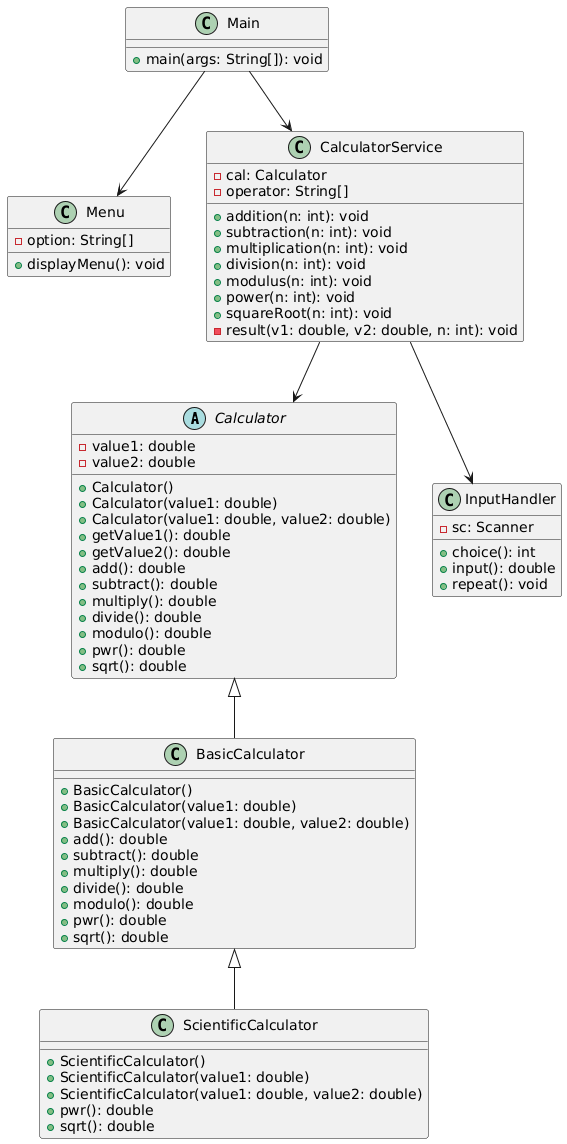
Earlier version of the PlantUML export Assets/uml.png (ABiR994/Advanced-Console-Calculator). Its diagram source:
```plantuml
@startuml

abstract class Calculator {
    - value1: double
    - value2: double
    + Calculator()
    + Calculator(value1: double)
    + Calculator(value1: double, value2: double)
    + getValue1(): double
    + getValue2(): double
    + add(): double
    + subtract(): double
    + multiply(): double
    + divide(): double
    + modulo(): double
    + pwr(): double
    + sqrt(): double
}

class BasicCalculator {
    + BasicCalculator()
    + BasicCalculator(value1: double)
    + BasicCalculator(value1: double, value2: double)
    + add(): double
    + subtract(): double
    + multiply(): double
    + divide(): double
    + modulo(): double
    + pwr(): double
    + sqrt(): double
}

class ScientificCalculator {
    + ScientificCalculator()
    + ScientificCalculator(value1: double)
    + ScientificCalculator(value1: double, value2: double)
    + pwr(): double
    + sqrt(): double
}

class Menu {
    - option: String[]
    + displayMenu(): void
}

class InputHandler {
    - sc: Scanner
    + choice(): int
    + input(): double
    + repeat(): void
}

class CalculatorService {
    - cal: Calculator
    - operator: String[]
    + addition(n: int): void
    + subtraction(n: int): void
    + multiplication(n: int): void
    + division(n: int): void
    + modulus(n: int): void
    + power(n: int): void
    + squareRoot(n: int): void
    - result(v1: double, v2: double, n: int): void
}

class Main {
    + main(args: String[]): void
}


Calculator <|-- BasicCalculator
BasicCalculator <|-- ScientificCalculator

CalculatorService --> Calculator
CalculatorService --> InputHandler
Main --> Menu
Main --> CalculatorService
@enduml
```
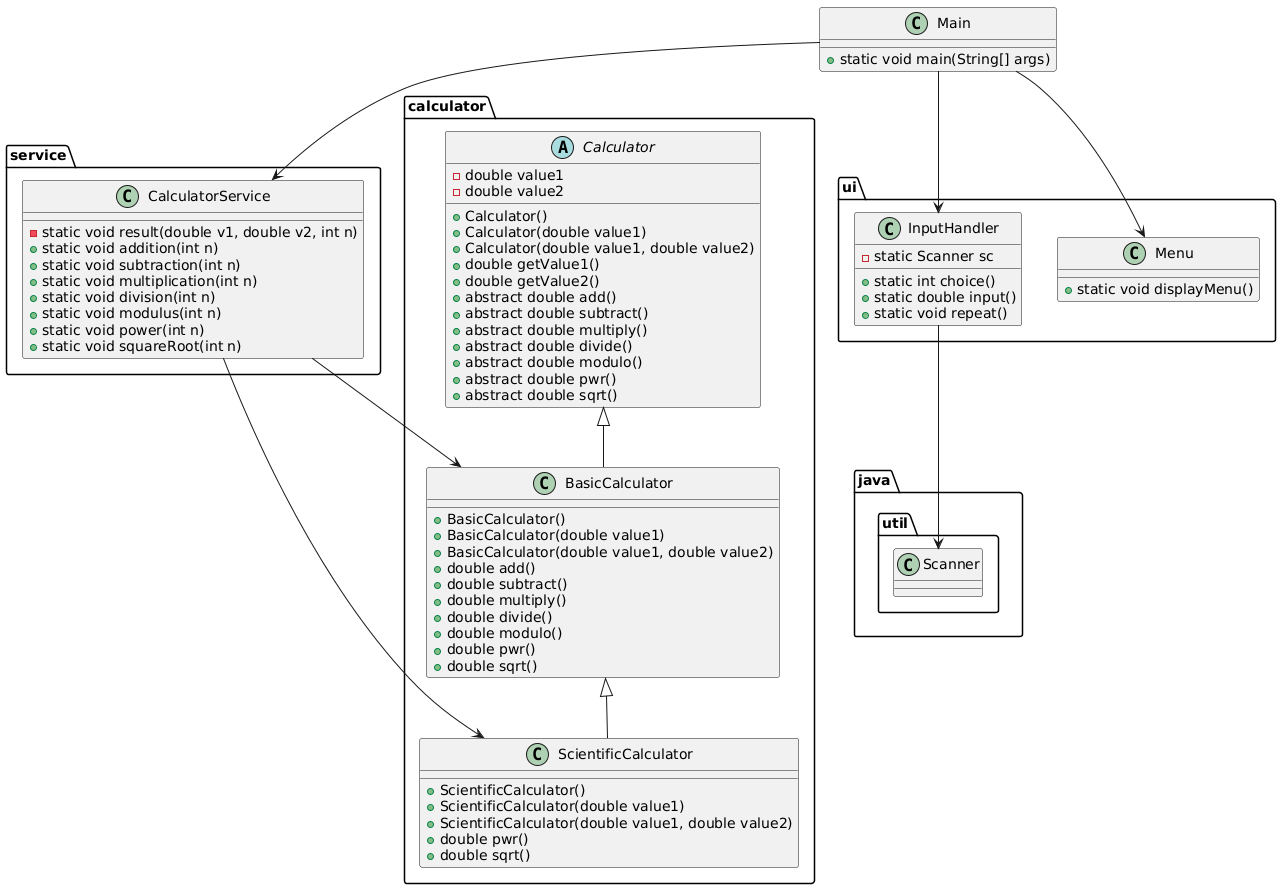
After the commit.

What changed in the source:
```diff
@@ -1,78 +1,81 @@
 @startuml
+package calculator {
+    abstract class Calculator {
+        - double value1
+        - double value2
+        + Calculator()
+        + Calculator(double value1)
+        + Calculator(double value1, double value2)
+        + double getValue1()
+        + double getValue2()
+        + abstract double add()
+        + abstract double subtract()
+        + abstract double multiply()
+        + abstract double divide()
+        + abstract double modulo()
+        + abstract double pwr()
+        + abstract double sqrt()
+    }
 
-abstract class Calculator {
-    - value1: double
-    - value2: double
-    + Calculator()
-    + Calculator(value1: double)
-    + Calculator(value1: double, value2: double)
-    + getValue1(): double
-    + getValue2(): double
-    + add(): double
-    + subtract(): double
-    + multiply(): double
-    + divide(): double
-    + modulo(): double
-    + pwr(): double
-    + sqrt(): double
+    class BasicCalculator {
+        + BasicCalculator()
+        + BasicCalculator(double value1)
+        + BasicCalculator(double value1, double value2)
+        + double add()
+        + double subtract()
+        + double multiply()
+        + double divide()
+        + double modulo()
+        + double pwr()
+        + double sqrt()
+    }
+
+    class ScientificCalculator {
+        + ScientificCalculator()
+        + ScientificCalculator(double value1)
+        + ScientificCalculator(double value1, double value2)
+        + double pwr()
+        + double sqrt()
+    }
+
+    Calculator <|-- BasicCalculator
+    BasicCalculator <|-- ScientificCalculator
 }
 
-class BasicCalculator {
-    + BasicCalculator()
-    + BasicCalculator(value1: double)
-    + BasicCalculator(value1: double, value2: double)
-    + add(): double
-    + subtract(): double
-    + multiply(): double
-    + divide(): double
-    + modulo(): double
-    + pwr(): double
-    + sqrt(): double
+package service {
+    class CalculatorService {
+        - static void result(double v1, double v2, int n)
+        + static void addition(int n)
+        + static void subtraction(int n)
+        + static void multiplication(int n)
+        + static void division(int n)
+        + static void modulus(int n)
+        + static void power(int n)
+        + static void squareRoot(int n)
+    }
 }
 
-class ScientificCalculator {
-    + ScientificCalculator()
-    + ScientificCalculator(value1: double)
-    + ScientificCalculator(value1: double, value2: double)
-    + pwr(): double
-    + sqrt(): double
-}
+package ui {
+    class Menu {
+        + static void displayMenu()
+    }
 
-class Menu {
-    - option: String[]
-    + displayMenu(): void
-}
-
-class InputHandler {
-    - sc: Scanner
-    + choice(): int
-    + input(): double
-    + repeat(): void
-}
-
-class CalculatorService {
-    - cal: Calculator
-    - operator: String[]
-    + addition(n: int): void
-    + subtraction(n: int): void
-    + multiplication(n: int): void
-    + division(n: int): void
-    + modulus(n: int): void
-    + power(n: int): void
-    + squareRoot(n: int): void
-    - result(v1: double, v2: double, n: int): void
+    class InputHandler {
+        - static Scanner sc
+        + static int choice()
+        + static double input()
+        + static void repeat()
+    }
 }
 
 class Main {
-    + main(args: String[]): void
+    + static void main(String[] args)
 }
 
-
-Calculator <|-- BasicCalculator
-BasicCalculator <|-- ScientificCalculator
-
-CalculatorService --> Calculator
-CalculatorService --> InputHandler
 Main --> Menu
+Main --> InputHandler
 Main --> CalculatorService
+CalculatorService --> calculator.BasicCalculator
+CalculatorService --> calculator.ScientificCalculator
+InputHandler --> java.util.Scanner
 @enduml
```
